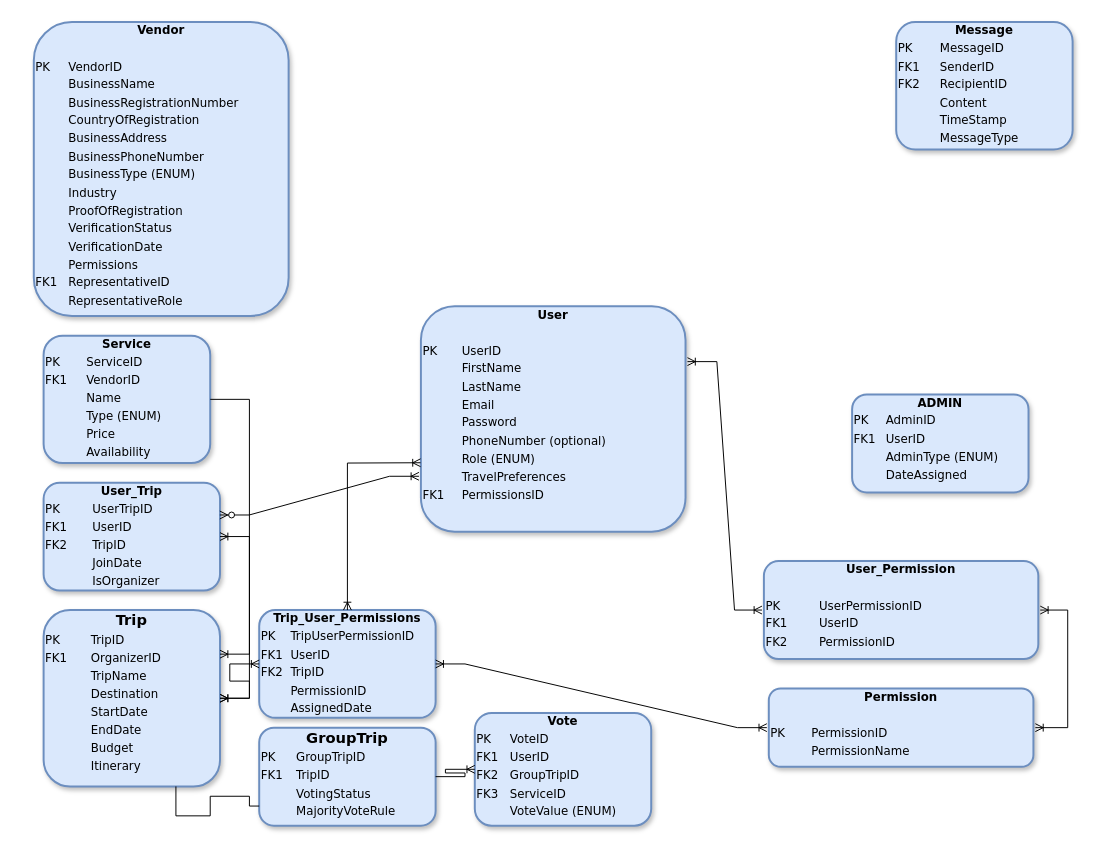
Above: images/ERD.drawio in AlaishAJohnson/VoyageSyncCapstone (draw.io), before the change. Source tidied: cells renumbered, new cells numbered last; positions are measured from the earlier drawing's top-left corner, leaving out a move shared by most shapes. Both pictures are drawn from the tidied source at 98%, with x=0, y=0 at pixel (-45, 22).
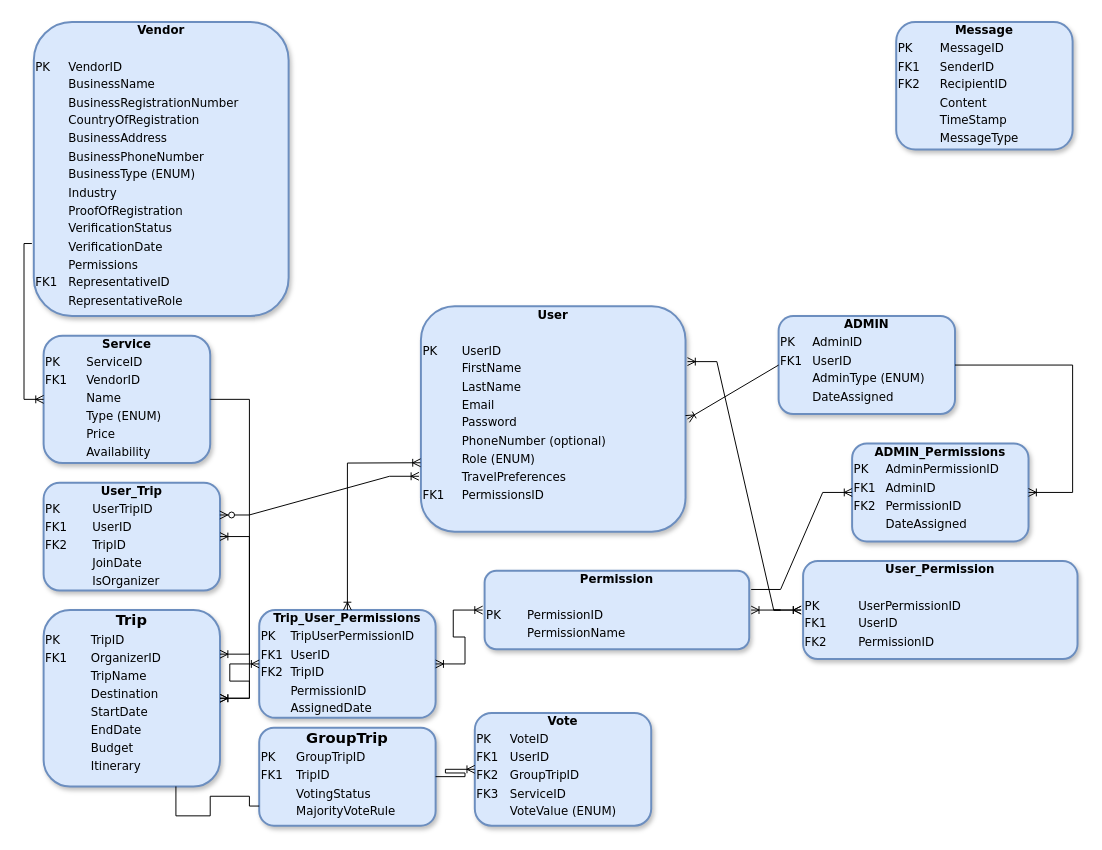
After the change.

The change refers to these unchanged cells:
```xml
<mxCell id="4" value="&lt;div style=&quot;text-align: center; box-sizing: border-box; width: 100%; background-image: initial; background-position: initial; background-size: initial; background-repeat: initial; background-attachment: initial; background-origin: initial; background-clip: initial; padding: 2px;&quot;&gt;&lt;b style=&quot;&quot;&gt;Vendor&lt;/b&gt;&lt;/div&gt;&lt;table style=&quot;width:100%;font-size:1em;&quot; cellpadding=&quot;2&quot; cellspacing=&quot;0&quot;&gt;&lt;tbody&gt;&lt;tr&gt;&lt;td&gt;&lt;br&gt;&lt;/td&gt;&lt;td&gt;&lt;br&gt;&lt;/td&gt;&lt;/tr&gt;&lt;tr&gt;&lt;td&gt;PK&lt;/td&gt;&lt;td&gt;VendorID&lt;/td&gt;&lt;/tr&gt;&lt;tr&gt;&lt;td&gt;&lt;br&gt;&lt;/td&gt;&lt;td&gt;BusinessName&lt;/td&gt;&lt;/tr&gt;&lt;tr&gt;&lt;td&gt;&lt;/td&gt;&lt;td&gt;BusinessRegistrationNumber&lt;/td&gt;&lt;/tr&gt;&lt;tr&gt;&lt;td&gt;&lt;br&gt;&lt;/td&gt;&lt;td&gt;CountryOfRegistration&lt;br&gt;&lt;/td&gt;&lt;/tr&gt;&lt;tr&gt;&lt;td&gt;&lt;br&gt;&lt;/td&gt;&lt;td&gt;BusinessAddress&lt;/td&gt;&lt;/tr&gt;&lt;tr&gt;&lt;td&gt;&lt;br&gt;&lt;/td&gt;&lt;td&gt;BusinessPhoneNumber&lt;/td&gt;&lt;/tr&gt;&lt;tr&gt;&lt;td&gt;&lt;br&gt;&lt;/td&gt;&lt;td&gt;BusinessType (ENUM)&lt;br&gt;&lt;/td&gt;&lt;/tr&gt;&lt;tr&gt;&lt;td&gt;&lt;br&gt;&lt;/td&gt;&lt;td&gt;Industry&lt;/td&gt;&lt;/tr&gt;&lt;tr&gt;&lt;td&gt;&lt;br&gt;&lt;/td&gt;&lt;td&gt;ProofOfRegistration&lt;/td&gt;&lt;/tr&gt;&lt;tr&gt;&lt;td&gt;&lt;br&gt;&lt;/td&gt;&lt;td&gt;VerificationStatus&lt;/td&gt;&lt;/tr&gt;&lt;tr&gt;&lt;td&gt;&lt;br&gt;&lt;/td&gt;&lt;td&gt;VerificationDate&lt;/td&gt;&lt;/tr&gt;&lt;tr&gt;&lt;td&gt;&lt;br&gt;&lt;/td&gt;&lt;td&gt;Permissions&lt;/td&gt;&lt;/tr&gt;&lt;tr&gt;&lt;td&gt;FK1&lt;/td&gt;&lt;td&gt;RepresentativeID&lt;/td&gt;&lt;/tr&gt;&lt;tr&gt;&lt;td&gt;&lt;br&gt;&lt;/td&gt;&lt;td&gt;RepresentativeRole&lt;/td&gt;&lt;/tr&gt;&lt;/tbody&gt;&lt;/table&gt;" style="verticalAlign=top;align=left;overflow=fill;html=1;rounded=1;shadow=1;comic=0;labelBackgroundColor=none;strokeWidth=2;fontFamily=Verdana;fontSize=12;strokeColor=#6c8ebf;fontColor=default;fillColor=#dae8fc;gradientColor=none;perimeterSpacing=2;" parent="1" vertex="1">
  <mxGeometry x="80" width="260" height="300" as="geometry" />
</mxCell>
<mxCell id="6" value="&lt;div class=&quot;custom-cursor-default-hover&quot; style=&quot;text-align: center; box-sizing: border-box; width: 100%; background-image: initial; background-position: initial; background-size: initial; background-repeat: initial; background-attachment: initial; background-origin: initial; background-clip: initial; padding: 2px;&quot;&gt;&lt;b&gt;Service&lt;/b&gt;&lt;/div&gt;&lt;table style=&quot;width: 100% ; font-size: 1em&quot; cellpadding=&quot;2&quot; cellspacing=&quot;0&quot;&gt;&lt;tbody&gt;&lt;tr&gt;&lt;td&gt;PK&lt;/td&gt;&lt;td class=&quot;custom-cursor-default-hover&quot;&gt;ServiceID&lt;/td&gt;&lt;/tr&gt;&lt;tr&gt;&lt;td&gt;FK1&lt;/td&gt;&lt;td class=&quot;custom-cursor-default-hover&quot;&gt;VendorID&lt;/td&gt;&lt;/tr&gt;&lt;tr&gt;&lt;td&gt;&lt;/td&gt;&lt;td class=&quot;custom-cursor-default-hover&quot;&gt;Name&lt;/td&gt;&lt;/tr&gt;&lt;tr&gt;&lt;td&gt;&lt;br&gt;&lt;/td&gt;&lt;td class=&quot;custom-cursor-default-hover&quot;&gt;Type (ENUM)&lt;br&gt;&lt;/td&gt;&lt;/tr&gt;&lt;tr&gt;&lt;td&gt;&lt;br&gt;&lt;/td&gt;&lt;td class=&quot;custom-cursor-default-hover&quot;&gt;Price&lt;br&gt;&lt;/td&gt;&lt;/tr&gt;&lt;tr&gt;&lt;td&gt;&lt;br&gt;&lt;/td&gt;&lt;td class=&quot;custom-cursor-default-hover&quot;&gt;Availability&lt;br&gt;&lt;/td&gt;&lt;/tr&gt;&lt;/tbody&gt;&lt;/table&gt;" style="verticalAlign=top;align=left;overflow=fill;html=1;rounded=1;shadow=1;comic=0;labelBackgroundColor=none;strokeWidth=2;fontFamily=Verdana;fontSize=12;strokeColor=#6c8ebf;fontColor=default;fillColor=#dae8fc;gradientColor=none;" parent="1" vertex="1">
  <mxGeometry x="90" y="320" width="170" height="130" as="geometry" />
</mxCell>
<mxCell id="7" value="&lt;div style=&quot;text-align: center; box-sizing: border-box; width: 100%; background-image: initial; background-position: initial; background-size: initial; background-repeat: initial; background-attachment: initial; background-origin: initial; background-clip: initial; padding: 2px;&quot;&gt;&lt;b style=&quot;&quot;&gt;User&lt;/b&gt;&lt;/div&gt;&lt;table style=&quot;width:100%;font-size:1em;&quot; cellpadding=&quot;2&quot; cellspacing=&quot;0&quot;&gt;&lt;tbody&gt;&lt;tr&gt;&lt;td&gt;&lt;br&gt;&lt;/td&gt;&lt;td&gt;&lt;br&gt;&lt;/td&gt;&lt;/tr&gt;&lt;tr&gt;&lt;td&gt;PK&lt;/td&gt;&lt;td&gt;UserID&lt;/td&gt;&lt;/tr&gt;&lt;tr&gt;&lt;td&gt;&lt;br&gt;&lt;/td&gt;&lt;td&gt;FirstName&lt;/td&gt;&lt;/tr&gt;&lt;tr&gt;&lt;td&gt;&lt;/td&gt;&lt;td&gt;LastName&lt;/td&gt;&lt;/tr&gt;&lt;tr&gt;&lt;td&gt;&lt;br&gt;&lt;/td&gt;&lt;td&gt;Email&lt;br&gt;&lt;/td&gt;&lt;/tr&gt;&lt;tr&gt;&lt;td&gt;&lt;br&gt;&lt;/td&gt;&lt;td&gt;Password&lt;/td&gt;&lt;/tr&gt;&lt;tr&gt;&lt;td&gt;&lt;br&gt;&lt;/td&gt;&lt;td&gt;PhoneNumber (optional)&lt;/td&gt;&lt;/tr&gt;&lt;tr&gt;&lt;td&gt;&lt;br&gt;&lt;/td&gt;&lt;td&gt;Role (ENUM)&lt;br&gt;&lt;/td&gt;&lt;/tr&gt;&lt;tr&gt;&lt;td&gt;&lt;br&gt;&lt;/td&gt;&lt;td&gt;TravelPreferences&lt;/td&gt;&lt;/tr&gt;&lt;tr&gt;&lt;td&gt;FK1&lt;/td&gt;&lt;td&gt;PermissionsID&lt;/td&gt;&lt;/tr&gt;&lt;/tbody&gt;&lt;/table&gt;" style="verticalAlign=top;align=left;overflow=fill;html=1;rounded=1;shadow=1;comic=0;labelBackgroundColor=none;strokeWidth=2;fontFamily=Verdana;fontSize=12;strokeColor=#6c8ebf;fontColor=default;fillColor=#dae8fc;gradientColor=none;perimeterSpacing=2;" parent="1" vertex="1">
  <mxGeometry x="475" y="290" width="270" height="230" as="geometry" />
</mxCell>
```

What changed in the source:
```diff
@@
     <mxCell id="8" value="&lt;div style=&quot;text-align: center; box-sizing: border-box; width: 100%; background-image: initial; background-position: initial; background-size: initial; background-repeat: initial; background-attachment: initial; background-origin: initial; background-clip: initial; padding: 2px;&quot;&gt;&lt;b style=&quot;&quot;&gt;Permission&lt;/b&gt;&lt;/div&gt;&lt;table style=&quot;width:100%;font-size:1em;&quot; cellpadding=&quot;2&quot; cellspacing=&quot;0&quot;&gt;&lt;tbody&gt;&lt;tr&gt;&lt;td&gt;&lt;br&gt;&lt;/td&gt;&lt;td&gt;&lt;br&gt;&lt;/td&gt;&lt;/tr&gt;&lt;tr&gt;&lt;td&gt;PK&lt;/td&gt;&lt;td&gt;PermissionID&lt;/td&gt;&lt;/tr&gt;&lt;tr&gt;&lt;td&gt;&lt;br&gt;&lt;/td&gt;&lt;td&gt;PermissionName&lt;/td&gt;&lt;/tr&gt;&lt;/tbody&gt;&lt;/table&gt;" style="verticalAlign=top;align=left;overflow=fill;html=1;rounded=1;shadow=1;comic=0;labelBackgroundColor=none;strokeWidth=2;fontFamily=Verdana;fontSize=12;strokeColor=#6c8ebf;fontColor=default;fillColor=#dae8fc;gradientColor=none;perimeterSpacing=2;" parent="1" vertex="1">
-      <mxGeometry x="830" y="680" width="270" height="80" as="geometry" />
+      <mxGeometry x="540" y="560" width="270" height="80" as="geometry" />
     </mxCell>
     <mxCell id="9" value="&lt;div style=&quot;text-align: center; box-sizing: border-box; width: 100%; background-image: initial; background-position: initial; background-size: initial; background-repeat: initial; background-attachment: initial; background-origin: initial; background-clip: initial; padding: 2px;&quot;&gt;&lt;b style=&quot;&quot;&gt;User_Permission&lt;/b&gt;&lt;/div&gt;&lt;table style=&quot;width:100%;font-size:1em;&quot; cellpadding=&quot;2&quot; cellspacing=&quot;0&quot;&gt;&lt;tbody&gt;&lt;tr&gt;&lt;td&gt;&lt;br&gt;&lt;/td&gt;&lt;td&gt;&lt;br&gt;&lt;/td&gt;&lt;/tr&gt;&lt;tr&gt;&lt;td&gt;PK&lt;/td&gt;&lt;td&gt;UserPermissionID&lt;/td&gt;&lt;/tr&gt;&lt;tr&gt;&lt;td&gt;FK1&lt;/td&gt;&lt;td&gt;UserID&lt;/td&gt;&lt;/tr&gt;&lt;tr&gt;&lt;td&gt;FK2&lt;/td&gt;&lt;td&gt;PermissionID&lt;/td&gt;&lt;/tr&gt;&lt;/tbody&gt;&lt;/table&gt;" style="verticalAlign=top;align=left;overflow=fill;html=1;rounded=1;shadow=1;comic=0;labelBackgroundColor=none;strokeWidth=2;fontFamily=Verdana;fontSize=12;strokeColor=#6c8ebf;fontColor=default;fillColor=#dae8fc;gradientColor=none;perimeterSpacing=2;" parent="1" vertex="1">
-      <mxGeometry x="825" y="550" width="280" height="100" as="geometry" />
+      <mxGeometry x="865" y="550" width="280" height="100" as="geometry" />
     </mxCell>
@@
     <mxCell id="12" value="&lt;div class=&quot;custom-cursor-default-hover&quot; style=&quot;text-align: center; box-sizing: border-box; width: 100%; background-image: initial; background-position: initial; background-size: initial; background-repeat: initial; background-attachment: initial; background-origin: initial; background-clip: initial; padding: 2px;&quot;&gt;&lt;b style=&quot;&quot;&gt;&lt;font style=&quot;font-size: 12px;&quot;&gt;ADMIN&lt;/font&gt;&lt;/b&gt;&lt;/div&gt;&lt;table style=&quot;width: 100%;&quot; cellpadding=&quot;2&quot; cellspacing=&quot;0&quot;&gt;&lt;tbody&gt;&lt;tr&gt;&lt;td&gt;PK&lt;/td&gt;&lt;td class=&quot;custom-cursor-default-hover&quot;&gt;AdminID&lt;/td&gt;&lt;/tr&gt;&lt;tr&gt;&lt;td&gt;FK1&lt;/td&gt;&lt;td class=&quot;custom-cursor-default-hover&quot;&gt;UserID&lt;/td&gt;&lt;/tr&gt;&lt;tr&gt;&lt;td&gt;&lt;br&gt;&lt;/td&gt;&lt;td class=&quot;custom-cursor-default-hover&quot;&gt;AdminType (ENUM)&lt;/td&gt;&lt;/tr&gt;&lt;tr&gt;&lt;td class=&quot;custom-cursor-default-hover&quot;&gt;&lt;br&gt;&lt;/td&gt;&lt;td class=&quot;custom-cursor-default-hover&quot;&gt;DateAssigned&lt;/td&gt;&lt;/tr&gt;&lt;/tbody&gt;&lt;/table&gt;" style="verticalAlign=top;align=left;overflow=fill;html=1;rounded=1;shadow=1;comic=0;labelBackgroundColor=none;strokeWidth=2;fontFamily=Verdana;fontSize=12;strokeColor=#6c8ebf;fontColor=default;fillColor=#dae8fc;gradientColor=none;" parent="1" vertex="1">
-      <mxGeometry x="915" y="380" width="180" height="100" as="geometry" />
+      <mxGeometry x="840" y="300" width="180" height="100" as="geometry" />
     </mxCell>
@@
+    <mxCell id="24" style="endArrow=none;html=1;rounded=0;entryX=0;entryY=0.75;entryDx=0;entryDy=0;exitX=0;exitY=0.5;exitDx=0;exitDy=0;startArrow=ERoneToMany;startFill=0;" parent="1" edge="1" source="6" target="4">
+      <mxGeometry relative="1" as="geometry">
+        <Array as="points">
+          <mxPoint x="70" y="385" />
+          <mxPoint x="70" y="226" />
+        </Array>
+      </mxGeometry>
+    </mxCell>
+    <mxCell id="25" style="endArrow=none;html=1;rounded=0;exitX=1;exitY=0.5;exitDx=0;exitDy=0;startArrow=ERoneToMany;startFill=0;entryX=0;entryY=0.5;entryDx=0;entryDy=0;" parent="1" edge="1" source="7" target="12">
+      <mxGeometry relative="1" as="geometry" />
+    </mxCell>
+    <mxCell id="26" value="&lt;div class=&quot;custom-cursor-default-hover&quot; style=&quot;text-align: center; box-sizing: border-box; width: 100%; background-image: initial; background-position: initial; background-size: initial; background-repeat: initial; background-attachment: initial; background-origin: initial; background-clip: initial; padding: 2px;&quot;&gt;&lt;b style=&quot;&quot;&gt;&lt;font style=&quot;font-size: 12px;&quot;&gt;ADMIN_Permissions&lt;/font&gt;&lt;/b&gt;&lt;/div&gt;&lt;table style=&quot;width: 100%;&quot; cellpadding=&quot;2&quot; cellspacing=&quot;0&quot;&gt;&lt;tbody&gt;&lt;tr&gt;&lt;td&gt;PK&lt;/td&gt;&lt;td class=&quot;custom-cursor-default-hover&quot;&gt;AdminPermissionID&lt;/td&gt;&lt;/tr&gt;&lt;tr&gt;&lt;td&gt;FK1&lt;/td&gt;&lt;td class=&quot;custom-cursor-default-hover&quot;&gt;AdminID&lt;/td&gt;&lt;/tr&gt;&lt;tr&gt;&lt;td&gt;FK2&lt;/td&gt;&lt;td class=&quot;custom-cursor-default-hover&quot;&gt;PermissionID&amp;nbsp;&lt;/td&gt;&lt;/tr&gt;&lt;tr&gt;&lt;td class=&quot;custom-cursor-default-hover&quot;&gt;&lt;br&gt;&lt;/td&gt;&lt;td class=&quot;custom-cursor-default-hover&quot;&gt;DateAssigned&lt;/td&gt;&lt;/tr&gt;&lt;/tbody&gt;&lt;/table&gt;" style="verticalAlign=top;align=left;overflow=fill;html=1;rounded=1;shadow=1;comic=0;labelBackgroundColor=none;strokeWidth=2;fontFamily=Verdana;fontSize=12;strokeColor=#6c8ebf;fontColor=default;fillColor=#dae8fc;gradientColor=none;" parent="1" vertex="1">
+      <mxGeometry x="915" y="430" width="180" height="100" as="geometry" />
+    </mxCell>
+    <mxCell id="27" style="edgeStyle=entityRelationEdgeStyle;fontSize=12;html=1;endArrow=ERoneToMany;rounded=0;exitX=1;exitY=0.25;exitDx=0;exitDy=0;entryX=0;entryY=0.5;entryDx=0;entryDy=0;" parent="1" edge="1" source="8" target="26">
+      <mxGeometry relative="1" as="geometry" />
+    </mxCell>
+    <mxCell id="28" style="endArrow=ERoneToMany;html=1;rounded=0;entryX=1;entryY=0.5;entryDx=0;entryDy=0;exitX=1;exitY=0.5;exitDx=0;exitDy=0;startArrow=none;startFill=0;endFill=0;" parent="1" edge="1" source="12" target="26">
+      <mxGeometry relative="1" as="geometry">
+        <Array as="points">
+          <mxPoint x="1140" y="350" />
+          <mxPoint x="1140" y="480" />
+        </Array>
+      </mxGeometry>
+    </mxCell>
```
